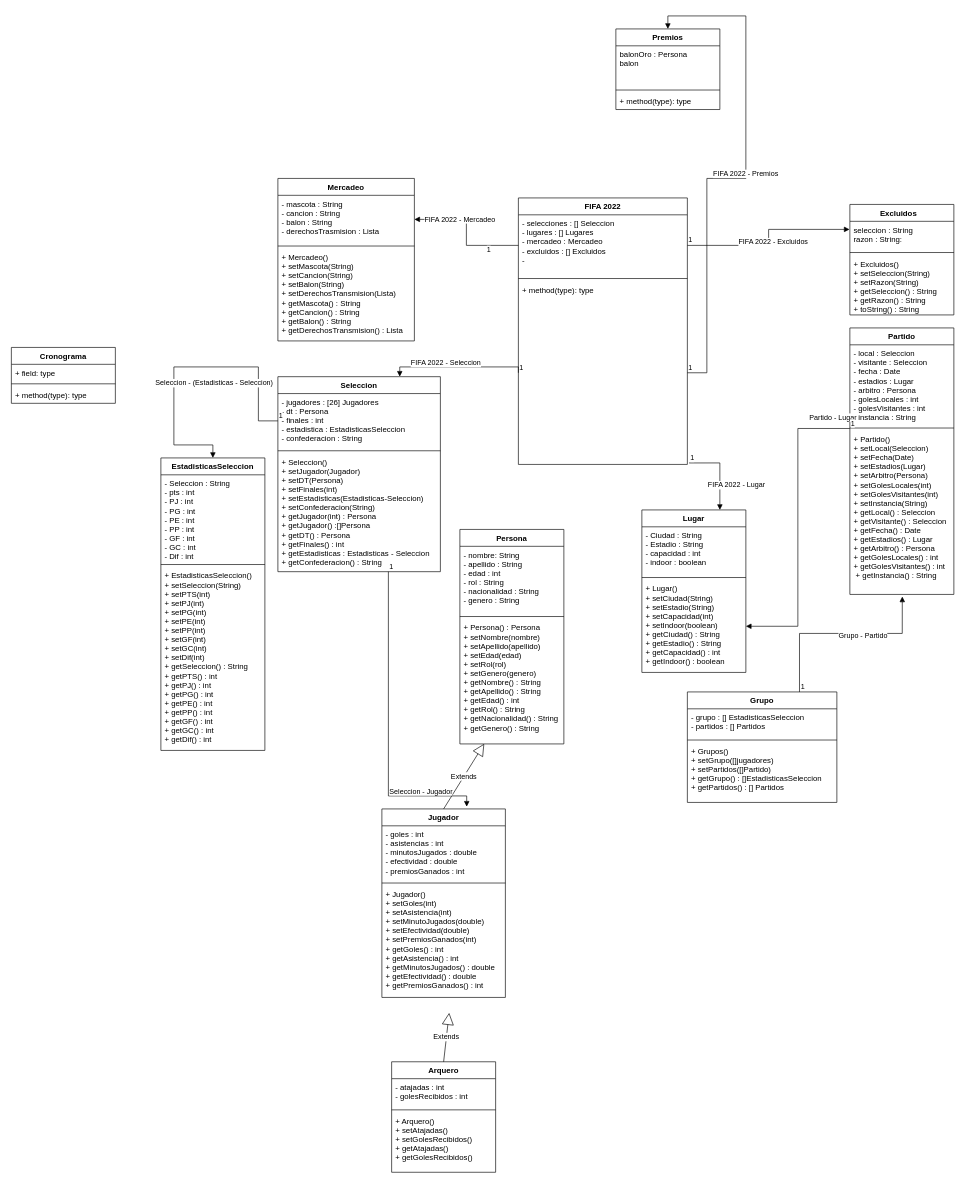
Before: TP1.drawio in sebastian-butcovich/Fifa-Qatar2, a draw.io diagram. Source tidied: cells renumbered, new cells numbered last; positions are measured from the earlier drawing's top-left corner, leaving out a move shared by most shapes. Both pictures are drawn from the tidied source at 65%, with x=0, y=0 at pixel (11, 16).
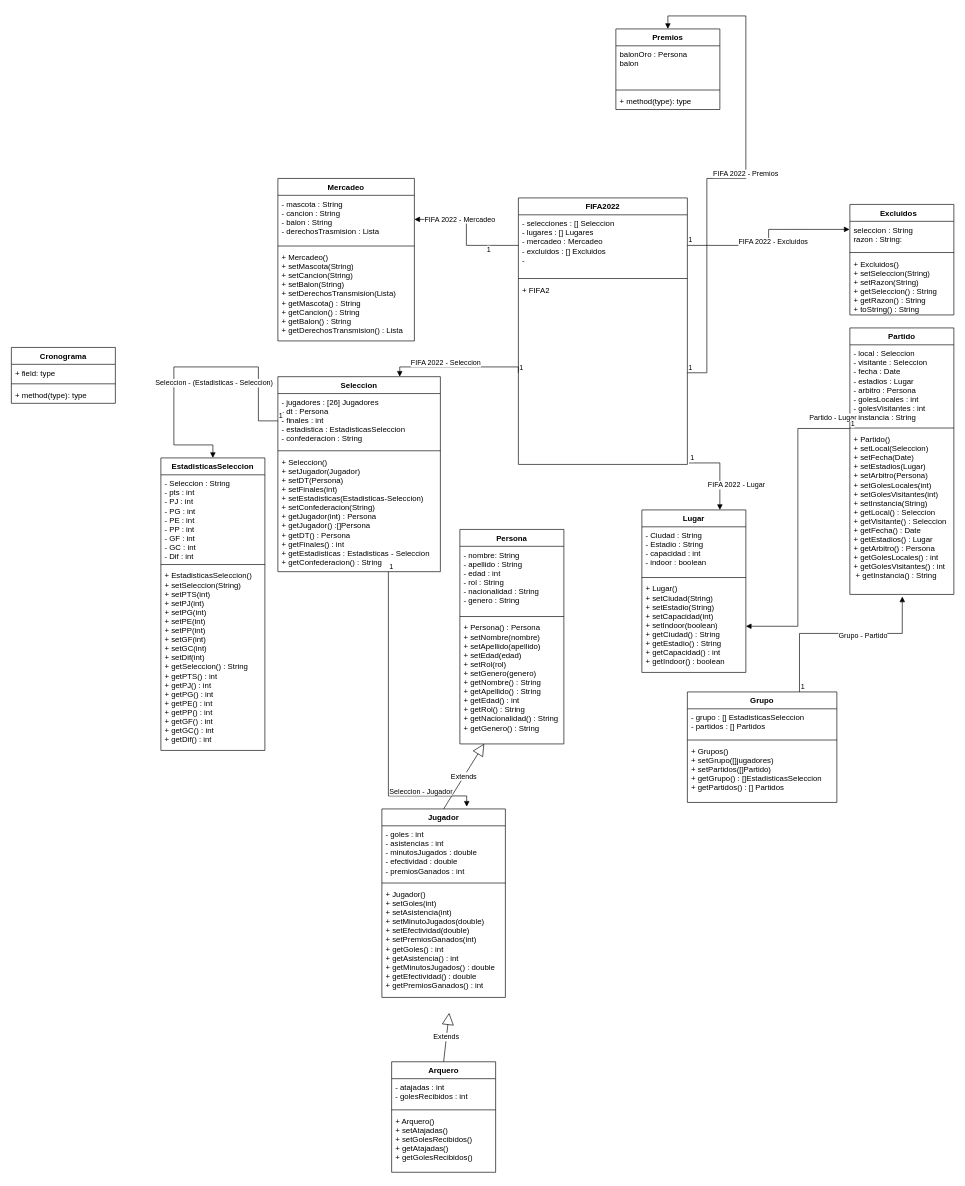
Above is the later version.

Commit message:
arreglo del titulo de clase fifa y agrego su constructor

What changed in the source:
```diff
@@
-    <mxCell id="60" value="FIFA 2022" style="swimlane;fontStyle=1;align=center;verticalAlign=top;horizontal=1;startSize=26;" parent="1" vertex="1">
+    <mxCell id="60" value="FIFA2022" style="swimlane;fontStyle=1;align=center;verticalAlign=top;horizontal=1;startSize=26;" parent="1" vertex="1">
       <mxGeometry x="780" y="280" width="260" height="410" as="geometry" />
     </mxCell>
@@
-    <mxCell id="63" value="+ method(type): type" style="text;strokeColor=none;fillColor=none;align=left;verticalAlign=top;spacingLeft=4;spacingRight=4;overflow=hidden;points=[[0,0.5],[1,0.5]];portConstraint=eastwest;" parent="60" vertex="1">
+    <mxCell id="63" value="+ FIFA2" style="text;strokeColor=none;fillColor=none;align=left;verticalAlign=top;spacingLeft=4;spacingRight=4;overflow=hidden;points=[[0,0.5],[1,0.5]];portConstraint=eastwest;" parent="60" vertex="1">
       <mxGeometry y="128" width="260" height="282" as="geometry" />
     </mxCell>
```
